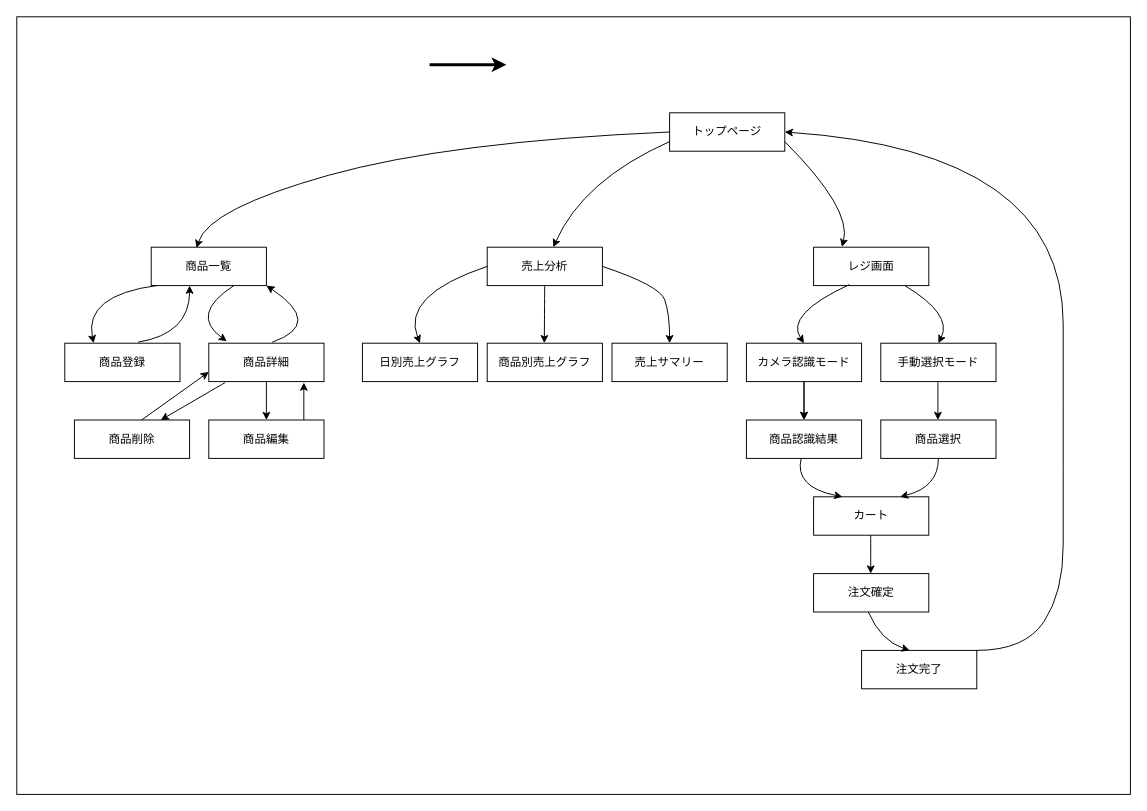
This is kantan-register-flow.dio from Ykuroyy/kantan-register, a draw.io file, before an edit. Source tidied: cells renumbered, new cells numbered last; positions are measured from the earlier drawing's top-left corner, leaving out a move shared by most shapes. Both pictures are drawn from the tidied source at 96%, with x=0, y=0 at pixel (16, 16).
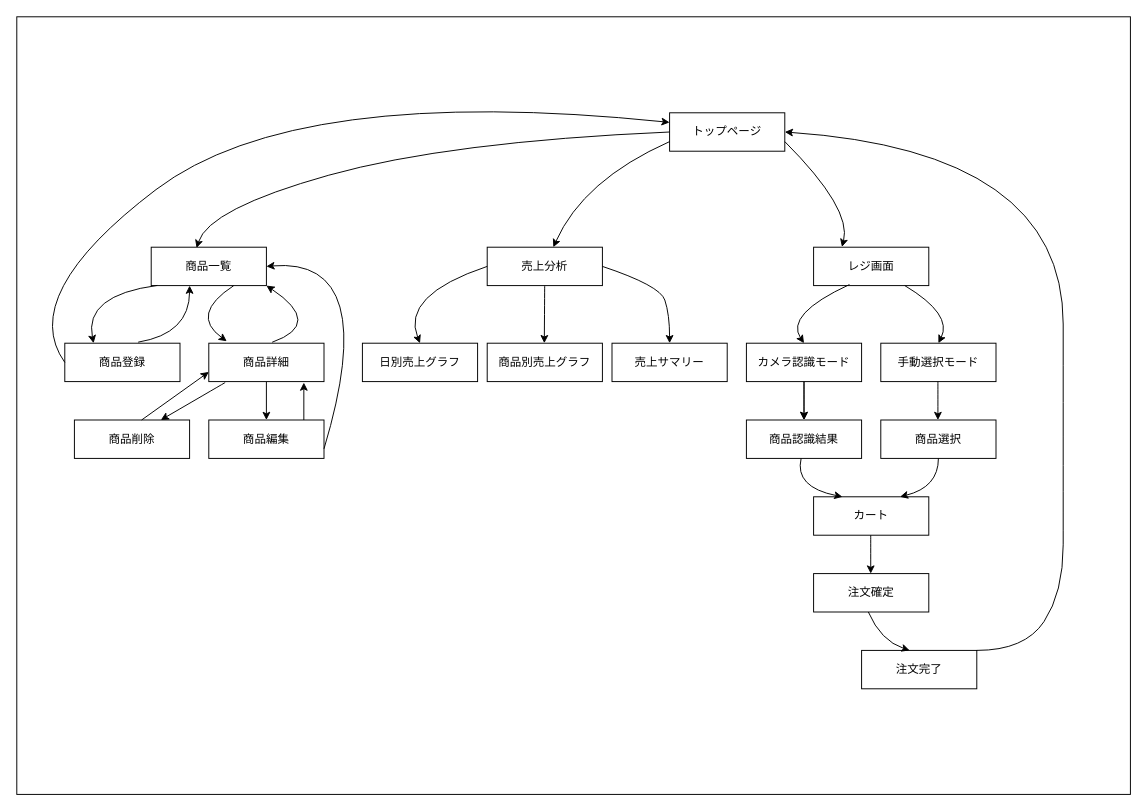
The same diagram, later.

The change refers to these unchanged cells:
```xml
<mxCell id="4" value="商品一覧" style="rounded=0;whiteSpace=wrap;html=1;" parent="1" vertex="1">
  <mxGeometry x="140" y="240" width="120" height="40" as="geometry" />
</mxCell>
<mxCell id="6" value="トップページ" style="rounded=0;whiteSpace=wrap;html=1;" parent="1" vertex="1">
  <mxGeometry x="680" y="100" width="120" height="40" as="geometry" />
</mxCell>
<mxCell id="8" value="商品登録" style="rounded=0;whiteSpace=wrap;html=1;" parent="1" vertex="1">
  <mxGeometry x="50" y="340" width="120" height="40" as="geometry" />
</mxCell>
<mxCell id="22" value="商品編集" style="rounded=0;whiteSpace=wrap;html=1;" parent="1" vertex="1">
  <mxGeometry x="200" y="420" width="120" height="40" as="geometry" />
</mxCell>
```

The edit, as a diff of the source:
```diff
@@
-    <mxCell id="3" style="endArrow=classic;html=1;fontSize=21;strokeWidth=3;entryX=0;entryY=0.5;entryDx=0;entryDy=0;" parent="1" edge="1">
-      <mxGeometry relative="1" as="geometry">
-        <mxPoint x="430" y="50" as="sourcePoint" />
-        <mxPoint x="510" y="50" as="targetPoint" />
-      </mxGeometry>
-    </mxCell>
@@
+    <mxCell id="46" style="curved=1;endArrow=classic;html=1;entryX=0;entryY=0.25;entryDx=0;entryDy=0;exitX=0;exitY=0.5;exitDx=0;exitDy=0;" parent="1" edge="1" source="8" target="6">
+      <mxGeometry relative="1" as="geometry">
+        <Array as="points">
+          <mxPoint y="290" />
+          <mxPoint x="290" y="70" />
+        </Array>
+      </mxGeometry>
+    </mxCell>
+    <mxCell id="47" style="curved=1;endArrow=classic;html=1;exitX=1;exitY=0.75;exitDx=0;exitDy=0;entryX=1;entryY=0.5;entryDx=0;entryDy=0;" parent="1" edge="1" source="22" target="4">
+      <mxGeometry relative="1" as="geometry">
+        <Array as="points">
+          <mxPoint x="380" y="250" />
+        </Array>
+      </mxGeometry>
+    </mxCell>
```
